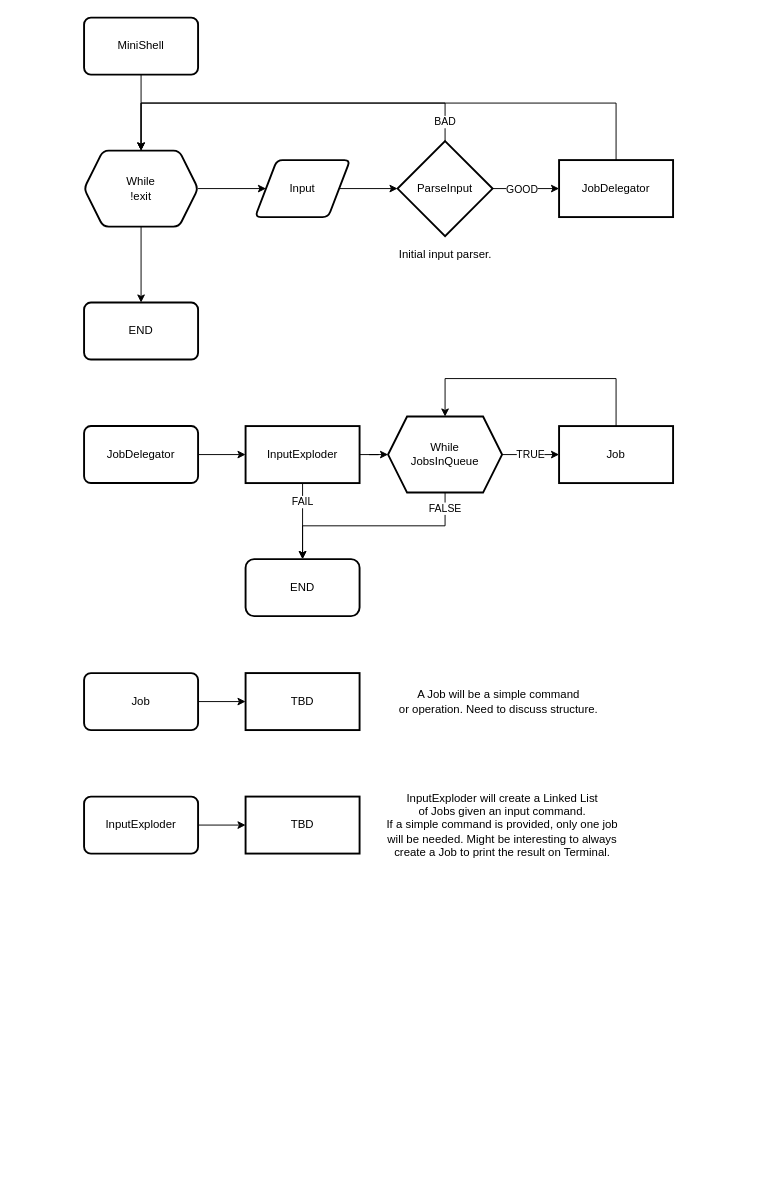
Above: doc/diagram/Minishell Basic.drawio.xml in ikersojo/04_minishell (draw.io), before the change. Source tidied: cells renumbered, new cells numbered last; positions are measured from the earlier drawing's top-left corner, leaving out a move shared by most shapes. Both pictures are drawn from the tidied source at 95%, with x=0, y=0 at pixel (84, 17).
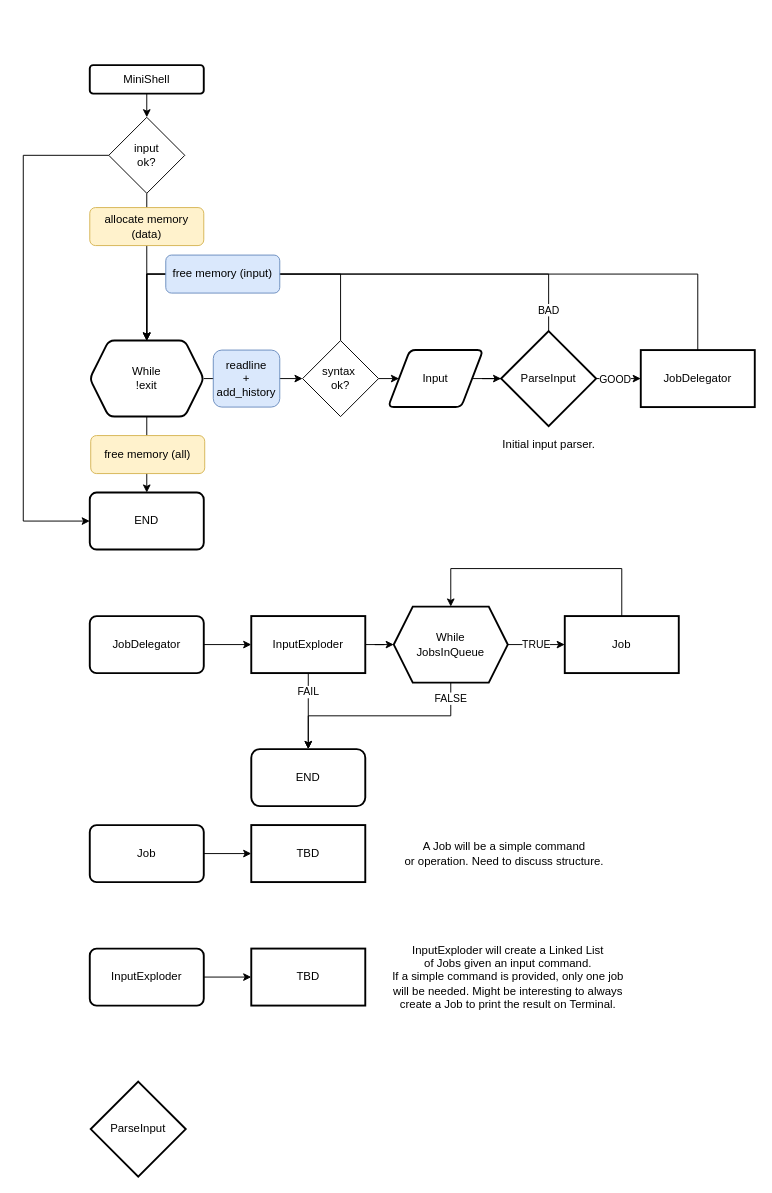
The same page after the edit.

Unchanged cells that the change refers to:
```xml
<mxCell id="4" style="edgeStyle=orthogonalEdgeStyle;rounded=0;jettySize=auto;html=1;" parent="1" edge="1" source="7" target="9">
  <mxGeometry relative="1" as="geometry" />
</mxCell>
```

Change to the diagram source:
```diff
@@
-    <mxCell id="2" style="edgeStyle=orthogonalEdgeStyle;rounded=0;jettySize=auto;html=1;" parent="1" edge="1" source="3" target="7">
+    <mxCell id="2" style="edgeStyle=orthogonalEdgeStyle;rounded=0;jettySize=auto;html=1;exitX=1;exitY=0.5;exitDx=0;exitDy=0;" parent="1" edge="1" source="3" target="7">
       <mxGeometry relative="1" as="geometry" />
     </mxCell>
     <mxCell id="3" value="Input" style="shape=parallelogram;html=1;strokeWidth=2;perimeter=parallelogramPerimeter;whiteSpace=wrap;rounded=1;arcSize=12;size=0.23;" parent="1" vertex="1">
-      <mxGeometry x="180" y="150" width="100" height="60" as="geometry" />
+      <mxGeometry x="320" y="350" width="100" height="60" as="geometry" />
     </mxCell>
@@
     <mxCell id="5" value="GOOD" style="edgeLabel;html=1;align=center;verticalAlign=middle;" parent="4" vertex="1">
       <mxGeometry x="-0.35" relative="1" as="geometry">
-        <mxPoint x="7" as="offset" />
+        <mxPoint x="4" as="offset" />
       </mxGeometry>
     </mxCell>
     <mxCell id="6" value="BAD" style="edgeStyle=orthogonalEdgeStyle;rounded=0;jettySize=auto;html=1;exitX=0.5;exitY=0;exitDx=0;exitDy=0;exitPerimeter=0;entryX=0.5;entryY=0;entryDx=0;entryDy=0;" parent="1" edge="1" source="7" target="12">
-      <mxGeometry x="-0.9" relative="1" as="geometry">
+      <mxGeometry x="-0.92" relative="1" as="geometry">
         <Array as="points">
-          <mxPoint x="380" y="90" />
-          <mxPoint x="60" y="90" />
+          <mxPoint x="489" y="270" />
+          <mxPoint x="66" y="270" />
         </Array>
       </mxGeometry>
     </mxCell>
     <mxCell id="7" value="&lt;div&gt;ParseInput&lt;/div&gt;" style="strokeWidth=2;html=1;shape=mxgraph.flowchart.decision;whiteSpace=wrap;" parent="1" vertex="1">
-      <mxGeometry x="330" y="130" width="100" height="100" as="geometry" />
+      <mxGeometry x="439" y="330" width="100" height="100" as="geometry" />
     </mxCell>
     <mxCell id="8" style="edgeStyle=orthogonalEdgeStyle;rounded=0;jettySize=auto;html=1;exitX=0.5;exitY=0;exitDx=0;exitDy=0;entryX=0.5;entryY=0;entryDx=0;entryDy=0;" parent="1" edge="1" source="9" target="12">
       <mxGeometry relative="1" as="geometry">
         <Array as="points">
-          <mxPoint x="560" y="90" />
-          <mxPoint x="60" y="90" />
+          <mxPoint x="646" y="270" />
+          <mxPoint x="66" y="270" />
         </Array>
       </mxGeometry>
     </mxCell>
     <mxCell id="9" value="JobDelegator" style="whiteSpace=wrap;html=1;strokeWidth=2;" parent="1" vertex="1">
-      <mxGeometry x="500" y="150" width="120" height="60" as="geometry" />
+      <mxGeometry x="586" y="350" width="120" height="60" as="geometry" />
     </mxCell>
-    <mxCell id="10" style="edgeStyle=orthogonalEdgeStyle;rounded=0;jettySize=auto;html=1;entryX=0;entryY=0.5;entryDx=0;entryDy=0;" parent="1" edge="1" source="12" target="3">
+    <mxCell id="10" style="edgeStyle=orthogonalEdgeStyle;rounded=0;jettySize=auto;html=1;entryX=0;entryY=0.5;entryDx=0;entryDy=0;exitX=1;exitY=0.5;exitDx=0;exitDy=0;" parent="1" edge="1" source="41" target="3">
       <mxGeometry relative="1" as="geometry" />
     </mxCell>
@@
+    <mxCell id="36" style="edgeStyle=orthogonalEdgeStyle;rounded=0;jettySize=auto;html=1;exitX=1;exitY=0.5;exitDx=0;exitDy=0;entryX=0;entryY=0.5;entryDx=0;entryDy=0;" parent="1" edge="1" source="12" target="41">
+      <mxGeometry relative="1" as="geometry" />
+    </mxCell>
     <mxCell id="12" value="&lt;div&gt;While&lt;/div&gt;&lt;div&gt;!exit&lt;br&gt;&lt;/div&gt;" style="shape=hexagon;perimeter=hexagonPerimeter2;whiteSpace=wrap;html=1;fixedSize=1;strokeWidth=2;rounded=1;arcSize=12;" parent="1" vertex="1">
-      <mxGeometry y="140" width="120" height="80" as="geometry" />
+      <mxGeometry x="6" y="340" width="120" height="80" as="geometry" />
     </mxCell>
-    <mxCell id="13" style="edgeStyle=orthogonalEdgeStyle;rounded=0;jettySize=auto;html=1;" parent="1" edge="1" source="14" target="12">
+    <mxCell id="13" style="edgeStyle=orthogonalEdgeStyle;rounded=0;jettySize=auto;html=1;startArrow=none;" parent="1" edge="1" source="39" target="12">
       <mxGeometry relative="1" as="geometry" />
     </mxCell>
+    <mxCell id="37" style="edgeStyle=orthogonalEdgeStyle;rounded=0;jettySize=auto;html=1;exitX=0.5;exitY=1;exitDx=0;exitDy=0;entryX=0.5;entryY=0;entryDx=0;entryDy=0;" parent="1" edge="1" source="14" target="39">
+      <mxGeometry relative="1" as="geometry" />
+    </mxCell>
     <mxCell id="14" value="MiniShell" style="rounded=1;whiteSpace=wrap;html=1;strokeWidth=2;arcSize=12;" parent="1" vertex="1">
-      <mxGeometry width="120" height="60" as="geometry" />
+      <mxGeometry x="6" y="50" width="120" height="30" as="geometry" />
     </mxCell>
     <mxCell id="15" value="END" style="rounded=1;whiteSpace=wrap;html=1;strokeWidth=2;arcSize=12;" parent="1" vertex="1">
-      <mxGeometry y="300" width="120" height="60" as="geometry" />
+      <mxGeometry x="6" y="500" width="120" height="60" as="geometry" />
     </mxCell>
@@
     <mxCell id="17" value="JobDelegator" style="rounded=1;whiteSpace=wrap;html=1;strokeWidth=2;arcSize=12;" parent="1" vertex="1">
-      <mxGeometry y="430" width="120" height="60" as="geometry" />
+      <mxGeometry x="6" y="630" width="120" height="60" as="geometry" />
     </mxCell>
@@
     <mxCell id="20" value="InputExploder" style="whiteSpace=wrap;html=1;strokeWidth=2;" parent="1" vertex="1">
-      <mxGeometry x="170" y="430" width="120" height="60" as="geometry" />
+      <mxGeometry x="176" y="630" width="120" height="60" as="geometry" />
     </mxCell>
     <mxCell id="21" value="END" style="rounded=1;whiteSpace=wrap;html=1;strokeWidth=2;" parent="1" vertex="1">
-      <mxGeometry x="170" y="570" width="120" height="60" as="geometry" />
+      <mxGeometry x="176" y="770" width="120" height="60" as="geometry" />
     </mxCell>
@@
     <mxCell id="24" value="&lt;div&gt;While&lt;/div&gt;&lt;div&gt;JobsInQueue&lt;/div&gt;" style="shape=hexagon;perimeter=hexagonPerimeter2;whiteSpace=wrap;html=1;fixedSize=1;strokeWidth=2;" parent="1" vertex="1">
-      <mxGeometry x="320" y="420" width="120" height="80" as="geometry" />
+      <mxGeometry x="326" y="620" width="120" height="80" as="geometry" />
     </mxCell>
     <mxCell id="25" style="edgeStyle=orthogonalEdgeStyle;rounded=0;jettySize=auto;html=1;exitX=0.5;exitY=0;exitDx=0;exitDy=0;entryX=0.5;entryY=0;entryDx=0;entryDy=0;" parent="1" edge="1" source="26" target="24">
       <mxGeometry relative="1" as="geometry">
         <Array as="points">
-          <mxPoint x="560" y="380" />
-          <mxPoint x="380" y="380" />
+          <mxPoint x="566" y="580" />
+          <mxPoint x="386" y="580" />
         </Array>
       </mxGeometry>
     </mxCell>
     <mxCell id="26" value="Job" style="whiteSpace=wrap;html=1;strokeWidth=2;" parent="1" vertex="1">
-      <mxGeometry x="500" y="430" width="120" height="60" as="geometry" />
+      <mxGeometry x="506" y="630" width="120" height="60" as="geometry" />
     </mxCell>
@@
     <mxCell id="28" value="&lt;div&gt;Job&lt;/div&gt;" style="rounded=1;whiteSpace=wrap;html=1;strokeWidth=2;arcSize=12;" parent="1" vertex="1">
-      <mxGeometry y="690" width="120" height="60" as="geometry" />
+      <mxGeometry x="6" y="850" width="120" height="60" as="geometry" />
     </mxCell>
     <mxCell id="29" value="TBD" style="whiteSpace=wrap;html=1;strokeWidth=2;" parent="1" vertex="1">
-      <mxGeometry x="170" y="690" width="120" height="60" as="geometry" />
+      <mxGeometry x="176" y="850" width="120" height="60" as="geometry" />
     </mxCell>
     <mxCell id="30" value="&lt;div&gt;A Job will be a simple command&lt;/div&gt;&lt;div&gt;or operation. Need to discuss structure.&lt;br&gt;&lt;/div&gt;" style="text;html=1;align=center;verticalAlign=middle;strokeColor=none;fillColor=none;" parent="1" vertex="1">
-      <mxGeometry x="326" y="705" width="220" height="30" as="geometry" />
+      <mxGeometry x="332" y="865" width="220" height="30" as="geometry" />
     </mxCell>
@@
     <mxCell id="32" value="InputExploder" style="rounded=1;whiteSpace=wrap;html=1;strokeWidth=2;arcSize=12;" parent="1" vertex="1">
-      <mxGeometry y="820" width="120" height="60" as="geometry" />
+      <mxGeometry x="6" y="980" width="120" height="60" as="geometry" />
     </mxCell>
     <mxCell id="33" value="TBD" style="whiteSpace=wrap;html=1;strokeWidth=2;" parent="1" vertex="1">
-      <mxGeometry x="170" y="820" width="120" height="60" as="geometry" />
+      <mxGeometry x="176" y="980" width="120" height="60" as="geometry" />
     </mxCell>
     <mxCell id="34" value="&lt;div&gt;InputExploder will create a Linked List&lt;/div&gt;&lt;div&gt;of Jobs given an input command.&lt;/div&gt;&lt;div&gt;If a simple command is provided, only one job&lt;/div&gt;&lt;div&gt;will be needed. Might be interesting to always&lt;/div&gt;&lt;div&gt;create a Job to print the result on Terminal.&lt;br&gt;&lt;/div&gt;" style="text;html=1;align=center;verticalAlign=middle;strokeColor=none;fillColor=none;" parent="1" vertex="1">
-      <mxGeometry x="310" y="810" width="260" height="80" as="geometry" />
+      <mxGeometry x="316" y="970" width="260" height="80" as="geometry" />
     </mxCell>
     <mxCell id="35" value="Initial input parser." style="text;html=1;align=center;verticalAlign=middle;strokeColor=none;fillColor=none;" parent="1" vertex="1">
-      <mxGeometry x="325" y="240" width="110" height="20" as="geometry" />
+      <mxGeometry x="434" y="440" width="110" height="20" as="geometry" />
     </mxCell>
+    <mxCell id="38" style="edgeStyle=orthogonalEdgeStyle;rounded=0;jettySize=auto;html=1;exitX=0;exitY=0.5;exitDx=0;exitDy=0;entryX=0;entryY=0.5;entryDx=0;entryDy=0;" parent="1" edge="1" source="39" target="15">
+      <mxGeometry relative="1" as="geometry">
+        <Array as="points">
+          <mxPoint x="-64" y="145" />
+          <mxPoint x="-64" y="530" />
+        </Array>
+      </mxGeometry>
+    </mxCell>
+    <mxCell id="39" value="input&lt;br&gt;ok?" style="rhombus;whiteSpace=wrap;html=1;" parent="1" vertex="1">
+      <mxGeometry x="26" y="105" width="80" height="80" as="geometry" />
+    </mxCell>
+    <mxCell id="40" style="edgeStyle=orthogonalEdgeStyle;rounded=0;jettySize=auto;html=1;exitX=0.5;exitY=0;exitDx=0;exitDy=0;entryX=0.5;entryY=0;entryDx=0;entryDy=0;" parent="1" edge="1" source="41" target="12">
+      <mxGeometry relative="1" as="geometry">
+        <Array as="points">
+          <mxPoint x="270" y="270" />
+          <mxPoint x="66" y="270" />
+        </Array>
+      </mxGeometry>
+    </mxCell>
+    <mxCell id="41" value="syntax&amp;nbsp;&lt;br&gt;ok?" style="rhombus;whiteSpace=wrap;html=1;" parent="1" vertex="1">
+      <mxGeometry x="230" y="340" width="80" height="80" as="geometry" />
+    </mxCell>
+    <mxCell id="42" value="allocate memory&lt;br&gt;(data)" style="rounded=1;whiteSpace=wrap;html=1;fillColor=#fff2cc;strokeColor=#d6b656;" parent="1" vertex="1">
+      <mxGeometry x="6" y="200" width="120" height="40" as="geometry" />
+    </mxCell>
+    <mxCell id="43" value="readline&lt;br&gt;+&lt;br&gt;add_history" style="rounded=1;whiteSpace=wrap;html=1;fillColor=#dae8fc;strokeColor=#6c8ebf;" parent="1" vertex="1">
+      <mxGeometry x="136" y="350" width="70" height="60" as="geometry" />
+    </mxCell>
+    <mxCell id="44" value="free memory (all)" style="rounded=1;whiteSpace=wrap;html=1;fillColor=#fff2cc;strokeColor=#d6b656;" parent="1" vertex="1">
+      <mxGeometry x="7" y="440" width="120" height="40" as="geometry" />
+    </mxCell>
+    <mxCell id="45" value="free memory (input)" style="rounded=1;whiteSpace=wrap;html=1;fillColor=#dae8fc;strokeColor=#6c8ebf;" parent="1" vertex="1">
+      <mxGeometry x="86" y="250" width="120" height="40" as="geometry" />
+    </mxCell>
+    <mxCell id="46" value="&lt;div&gt;ParseInput&lt;/div&gt;" style="strokeWidth=2;html=1;shape=mxgraph.flowchart.decision;whiteSpace=wrap;" parent="1" vertex="1">
+      <mxGeometry x="7" y="1120" width="100" height="100" as="geometry" />
+    </mxCell>
```
